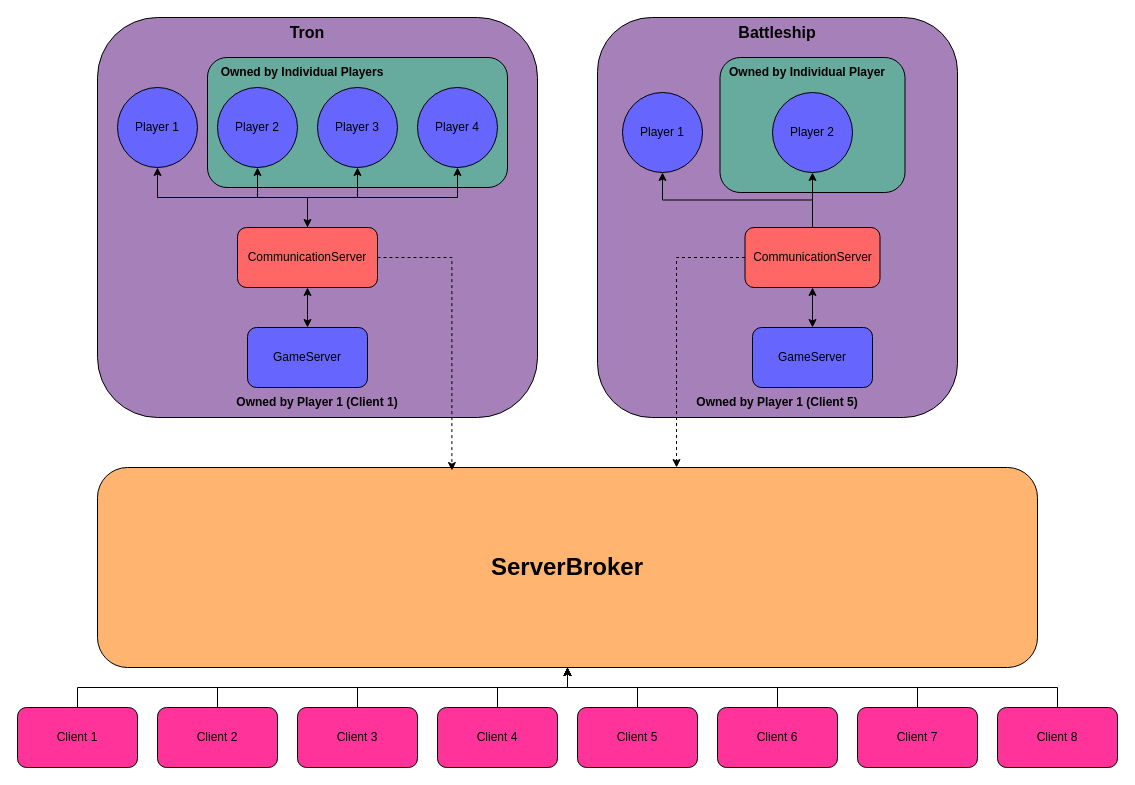
cole-glotfelty/Halligame keeps this draw.io diagram as topology/HalligameTopology.drawio. Above is the earlier version. Source tidied: cells renumbered, new cells numbered last; positions are measured from the earlier drawing's top-left corner, leaving out a move shared by most shapes. Both pictures are drawn from the tidied source at 100%, with x=0, y=0 at pixel (17, 17).
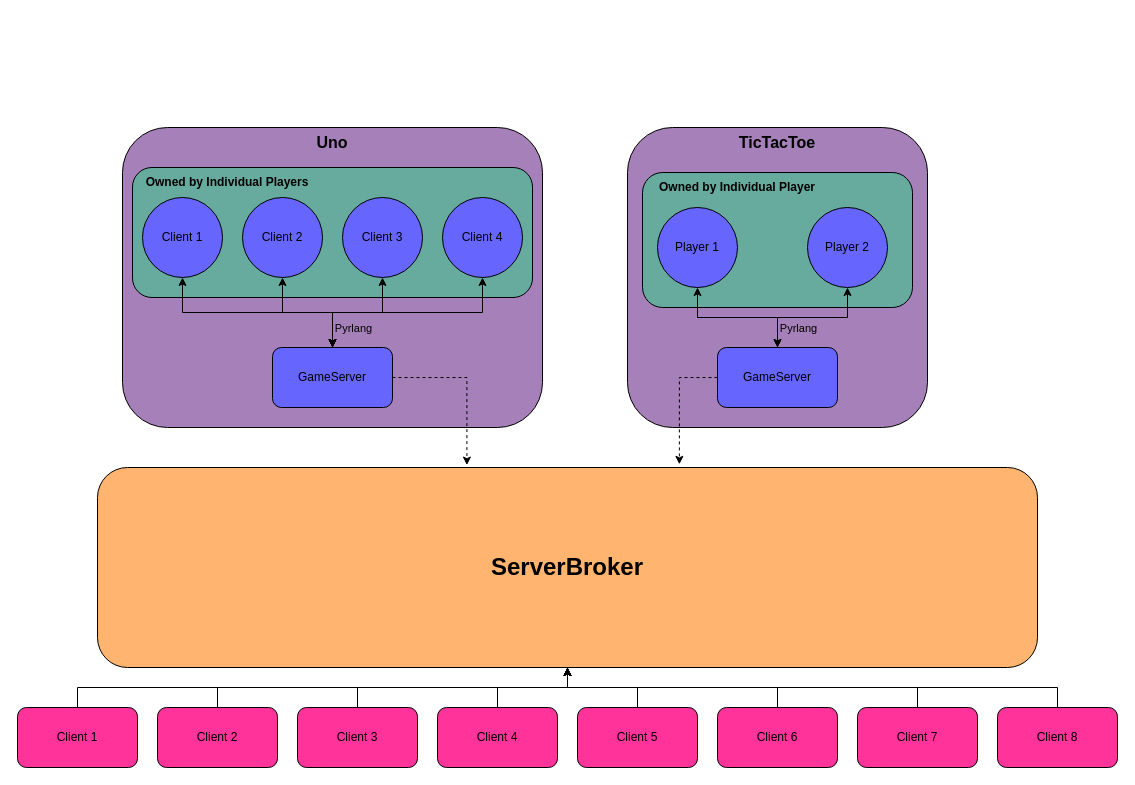
The same diagram, later.

Unchanged cells that the change refers to:
```xml
<mxCell id="24" value="&lt;font style=&quot;font-size: 24px;&quot;&gt;&lt;b&gt;ServerBroker&lt;/b&gt;&lt;/font&gt;" style="rounded=1;whiteSpace=wrap;html=1;fillColor=#FFB570;" parent="1" vertex="1">
  <mxGeometry x="80" y="450" width="940" height="200" as="geometry" />
</mxCell>
```

Diff of the diagram source:
```diff
@@
     <mxCell id="2" style="rounded=1;whiteSpace=wrap;html=1;fillColor=#A680B8;" parent="1" vertex="1">
-      <mxGeometry x="580" width="360" height="400" as="geometry" />
+      <mxGeometry x="610" y="110" width="300" height="300" as="geometry" />
     </mxCell>
-    <mxCell id="3" style="rounded=1;whiteSpace=wrap;html=1;fillColor=#A680B8;align=center;" parent="1" vertex="1">
-      <mxGeometry x="80" width="440" height="400" as="geometry" />
-    </mxCell>
-    <mxCell id="4" style="rounded=1;whiteSpace=wrap;html=1;fillColor=#67AB9F;" parent="1" vertex="1">
-      <mxGeometry x="190" y="40" width="300" height="130" as="geometry" />
-    </mxCell>
-    <mxCell id="5" style="edgeStyle=orthogonalEdgeStyle;rounded=0;jettySize=auto;html=1;entryX=0.5;entryY=1;entryDx=0;entryDy=0;" parent="1" edge="1" source="9" target="14">
-      <mxGeometry relative="1" as="geometry" />
-    </mxCell>
-    <mxCell id="6" style="edgeStyle=orthogonalEdgeStyle;rounded=0;jettySize=auto;html=1;entryX=0.5;entryY=1;entryDx=0;entryDy=0;" parent="1" edge="1" source="9" target="13">
-      <mxGeometry relative="1" as="geometry" />
-    </mxCell>
-    <mxCell id="7" style="edgeStyle=orthogonalEdgeStyle;rounded=0;jettySize=auto;html=1;exitX=0.5;exitY=0;exitDx=0;exitDy=0;entryX=0.5;entryY=1;entryDx=0;entryDy=0;" parent="1" edge="1" source="9" target="12">
-      <mxGeometry relative="1" as="geometry" />
-    </mxCell>
-    <mxCell id="8" style="edgeStyle=orthogonalEdgeStyle;rounded=0;jettySize=auto;html=1;exitX=0.5;exitY=0;exitDx=0;exitDy=0;entryX=0.5;entryY=1;entryDx=0;entryDy=0;startArrow=classic;startFill=1;" parent="1" edge="1" source="9" target="15">
-      <mxGeometry relative="1" as="geometry" />
-    </mxCell>
-    <mxCell id="9" value="CommunicationServer" style="rounded=1;whiteSpace=wrap;html=1;fillColor=#FF6666;" parent="1" vertex="1">
-      <mxGeometry x="220" y="210" width="140" height="60" as="geometry" />
-    </mxCell>
-    <mxCell id="10" style="edgeStyle=orthogonalEdgeStyle;rounded=0;jettySize=auto;html=1;entryX=0.5;entryY=1;entryDx=0;entryDy=0;startArrow=classic;startFill=1;" parent="1" edge="1" source="11" target="9">
-      <mxGeometry relative="1" as="geometry" />
-    </mxCell>
-    <mxCell id="11" value="GameServer" style="rounded=1;whiteSpace=wrap;html=1;fillColor=#6666FF;" parent="1" vertex="1">
-      <mxGeometry x="230" y="310" width="120" height="60" as="geometry" />
-    </mxCell>
-    <mxCell id="12" value="Player 1" style="ellipse;whiteSpace=wrap;html=1;fillColor=#6666FF;" parent="1" vertex="1">
-      <mxGeometry x="100" y="70" width="80" height="80" as="geometry" />
-    </mxCell>
-    <mxCell id="13" value="Player 2" style="ellipse;whiteSpace=wrap;html=1;fillColor=#6666FF;" parent="1" vertex="1">
-      <mxGeometry x="200" y="70" width="80" height="80" as="geometry" />
-    </mxCell>
-    <mxCell id="14" value="Player 3" style="ellipse;whiteSpace=wrap;html=1;fillColor=#6666FF;" parent="1" vertex="1">
-      <mxGeometry x="300" y="70" width="80" height="80" as="geometry" />
-    </mxCell>
-    <mxCell id="15" value="Player 4" style="ellipse;whiteSpace=wrap;html=1;fillColor=#6666FF;" parent="1" vertex="1">
-      <mxGeometry x="400" y="70" width="80" height="80" as="geometry" />
-    </mxCell>
     <mxCell id="16" style="rounded=1;whiteSpace=wrap;html=1;fillColor=#67AB9F;" parent="1" vertex="1">
-      <mxGeometry x="702.5" y="40" width="185" height="135" as="geometry" />
+      <mxGeometry x="625" y="155" width="270" height="135" as="geometry" />
     </mxCell>
-    <mxCell id="17" style="edgeStyle=orthogonalEdgeStyle;rounded=0;jettySize=auto;html=1;entryX=0.5;entryY=1;entryDx=0;entryDy=0;" parent="1" edge="1" source="19" target="23">
-      <mxGeometry relative="1" as="geometry" />
-    </mxCell>
-    <mxCell id="18" style="edgeStyle=orthogonalEdgeStyle;rounded=0;jettySize=auto;html=1;exitX=0.5;exitY=0;exitDx=0;exitDy=0;entryX=0.5;entryY=1;entryDx=0;entryDy=0;" parent="1" edge="1" source="19" target="22">
-      <mxGeometry relative="1" as="geometry" />
-    </mxCell>
-    <mxCell id="19" value="CommunicationServer" style="rounded=1;whiteSpace=wrap;html=1;fillColor=#FF6666;" parent="1" vertex="1">
-      <mxGeometry x="727.5" y="210" width="135" height="60" as="geometry" />
-    </mxCell>
-    <mxCell id="20" style="edgeStyle=orthogonalEdgeStyle;rounded=0;jettySize=auto;html=1;entryX=0.5;entryY=1;entryDx=0;entryDy=0;startArrow=classic;startFill=1;" parent="1" edge="1" source="21" target="19">
-      <mxGeometry relative="1" as="geometry" />
-    </mxCell>
+    <mxCell id="49" style="edgeStyle=orthogonalEdgeStyle;rounded=0;jettySize=auto;html=1;exitX=0.5;exitY=0;exitDx=0;exitDy=0;entryX=0.5;entryY=1;entryDx=0;entryDy=0;startArrow=classic;startFill=1;" parent="1" edge="1" source="21" target="22">
+      <mxGeometry relative="1" as="geometry" />
+    </mxCell>
+    <mxCell id="50" style="edgeStyle=orthogonalEdgeStyle;rounded=0;jettySize=auto;html=1;exitX=0.5;exitY=0;exitDx=0;exitDy=0;entryX=0.5;entryY=1;entryDx=0;entryDy=0;startArrow=classic;startFill=1;" parent="1" edge="1" source="21" target="23">
+      <mxGeometry relative="1" as="geometry" />
+    </mxCell>
+    <mxCell id="51" value="&lt;span&gt;Pyrlang&lt;/span&gt;" style="edgeLabel;html=1;align=center;verticalAlign=middle;labelBackgroundColor=none;" parent="50" vertex="1">
+      <mxGeometry x="-0.7" relative="1" as="geometry">
+        <mxPoint x="20" as="offset" />
+      </mxGeometry>
+    </mxCell>
     <mxCell id="21" value="GameServer" style="rounded=1;whiteSpace=wrap;html=1;fillColor=#6666FF;" parent="1" vertex="1">
-      <mxGeometry x="735" y="310" width="120" height="60" as="geometry" />
+      <mxGeometry x="700" y="330" width="120" height="60" as="geometry" />
     </mxCell>
     <mxCell id="22" value="Player 1" style="ellipse;whiteSpace=wrap;html=1;fillColor=#6666FF;" parent="1" vertex="1">
-      <mxGeometry x="605" y="75" width="80" height="80" as="geometry" />
+      <mxGeometry x="640" y="190" width="80" height="80" as="geometry" />
     </mxCell>
     <mxCell id="23" value="Player 2" style="ellipse;whiteSpace=wrap;html=1;fillColor=#6666FF;" parent="1" vertex="1">
-      <mxGeometry x="755" y="75" width="80" height="80" as="geometry" />
+      <mxGeometry x="790" y="190" width="80" height="80" as="geometry" />
     </mxCell>
@@
-    <mxCell id="25" style="edgeStyle=orthogonalEdgeStyle;rounded=0;jettySize=auto;html=1;entryX=0.616;entryY=0;entryDx=0;entryDy=0;entryPerimeter=0;dashed=1;" parent="1" edge="1" source="19" target="24">
-      <mxGeometry relative="1" as="geometry">
-        <Array as="points">
-          <mxPoint x="659" y="240" />
-        </Array>
-      </mxGeometry>
-    </mxCell>
-    <mxCell id="26" style="edgeStyle=orthogonalEdgeStyle;rounded=0;jettySize=auto;html=1;entryX=0.377;entryY=0.015;entryDx=0;entryDy=0;entryPerimeter=0;dashed=1;" parent="1" edge="1" source="9" target="24">
-      <mxGeometry relative="1" as="geometry">
-        <Array as="points">
-          <mxPoint x="434" y="240" />
-        </Array>
-      </mxGeometry>
-    </mxCell>
@@
-    <mxCell id="43" value="&lt;b&gt;Owned by Player 1 (Client 1)&lt;/b&gt;" style="text;html=1;align=center;verticalAlign=middle;whiteSpace=wrap;rounded=0;" parent="1" vertex="1">
-      <mxGeometry x="195" y="370" width="210" height="30" as="geometry" />
-    </mxCell>
-    <mxCell id="44" value="&lt;b&gt;Owned by Player 1&amp;nbsp;&lt;/b&gt;&lt;b style=&quot;background-color: transparent; color: light-dark(rgb(0, 0, 0), rgb(255, 255, 255));&quot;&gt;(Client 5)&lt;/b&gt;" style="text;html=1;align=center;verticalAlign=middle;whiteSpace=wrap;rounded=0;" parent="1" vertex="1">
-      <mxGeometry x="655" y="370" width="210" height="30" as="geometry" />
-    </mxCell>
+    <mxCell id="46" value="&lt;b&gt;Owned by Individual Player&lt;/b&gt;" style="text;html=1;align=center;verticalAlign=middle;whiteSpace=wrap;rounded=0;" parent="1" vertex="1">
+      <mxGeometry x="625" y="155" width="190" height="30" as="geometry" />
+    </mxCell>
+    <mxCell id="48" value="&lt;b&gt;&lt;font style=&quot;font-size: 16px;&quot;&gt;TicTacToe&lt;/font&gt;&lt;/b&gt;" style="text;html=1;align=center;verticalAlign=middle;whiteSpace=wrap;rounded=0;" parent="1" vertex="1">
+      <mxGeometry x="671.2" y="110" width="177.5" height="30" as="geometry" />
+    </mxCell>
+    <mxCell id="52" style="rounded=1;whiteSpace=wrap;html=1;fillColor=#A680B8;align=center;" parent="1" vertex="1">
+      <mxGeometry x="105" y="110" width="420" height="300" as="geometry" />
+    </mxCell>
+    <mxCell id="53" style="rounded=1;whiteSpace=wrap;html=1;fillColor=#67AB9F;" parent="1" vertex="1">
+      <mxGeometry x="115" y="150" width="400" height="130" as="geometry" />
+    </mxCell>
+    <mxCell id="54" style="edgeStyle=orthogonalEdgeStyle;rounded=0;jettySize=auto;html=1;entryX=0.5;entryY=1;entryDx=0;entryDy=0;startArrow=classic;startFill=1;" parent="1" edge="1" source="11" target="60">
+      <mxGeometry relative="1" as="geometry" />
+    </mxCell>
+    <mxCell id="55" style="edgeStyle=orthogonalEdgeStyle;rounded=0;jettySize=auto;html=1;exitX=0.5;exitY=0;exitDx=0;exitDy=0;entryX=0.5;entryY=1;entryDx=0;entryDy=0;startArrow=classic;startFill=1;" parent="1" edge="1" source="11" target="61">
+      <mxGeometry relative="1" as="geometry" />
+    </mxCell>
+    <mxCell id="56" style="edgeStyle=orthogonalEdgeStyle;rounded=0;jettySize=auto;html=1;exitX=0.5;exitY=0;exitDx=0;exitDy=0;entryX=0.5;entryY=1;entryDx=0;entryDy=0;startArrow=classic;startFill=1;" parent="1" edge="1" source="11" target="62">
+      <mxGeometry relative="1" as="geometry" />
+    </mxCell>
+    <mxCell id="57" style="edgeStyle=orthogonalEdgeStyle;rounded=0;jettySize=auto;html=1;exitX=0.5;exitY=0;exitDx=0;exitDy=0;entryX=0.5;entryY=1;entryDx=0;entryDy=0;startArrow=classic;startFill=1;" parent="1" edge="1" source="11" target="59">
+      <mxGeometry relative="1" as="geometry" />
+    </mxCell>
+    <mxCell id="58" value="Pyrlang" style="edgeLabel;html=1;align=center;verticalAlign=middle;labelBackgroundColor=none;" parent="57" vertex="1">
+      <mxGeometry x="-0.81" y="3" relative="1" as="geometry">
+        <mxPoint x="23" y="1" as="offset" />
+      </mxGeometry>
+    </mxCell>
+    <mxCell id="11" value="GameServer" style="rounded=1;whiteSpace=wrap;html=1;fillColor=#6666FF;" parent="1" vertex="1">
+      <mxGeometry x="255" y="330" width="120" height="60" as="geometry" />
+    </mxCell>
+    <mxCell id="59" value="Client 1" style="ellipse;whiteSpace=wrap;html=1;fillColor=#6666FF;" parent="1" vertex="1">
+      <mxGeometry x="125" y="180" width="80" height="80" as="geometry" />
+    </mxCell>
+    <mxCell id="60" value="Client 2" style="ellipse;whiteSpace=wrap;html=1;fillColor=#6666FF;" parent="1" vertex="1">
+      <mxGeometry x="225" y="180" width="80" height="80" as="geometry" />
+    </mxCell>
+    <mxCell id="61" value="Client 3" style="ellipse;whiteSpace=wrap;html=1;fillColor=#6666FF;" parent="1" vertex="1">
+      <mxGeometry x="325" y="180" width="80" height="80" as="geometry" />
+    </mxCell>
+    <mxCell id="62" value="Client 4" style="ellipse;whiteSpace=wrap;html=1;fillColor=#6666FF;" parent="1" vertex="1">
+      <mxGeometry x="425" y="180" width="80" height="80" as="geometry" />
+    </mxCell>
     <mxCell id="45" value="&lt;b&gt;Owned by Individual Players&lt;/b&gt;" style="text;html=1;align=center;verticalAlign=middle;whiteSpace=wrap;rounded=0;" parent="1" vertex="1">
-      <mxGeometry x="190" y="40" width="190" height="30" as="geometry" />
+      <mxGeometry x="115" y="150" width="190" height="30" as="geometry" />
     </mxCell>
-    <mxCell id="46" value="&lt;b&gt;Owned by Individual Player&lt;/b&gt;" style="text;html=1;align=center;verticalAlign=middle;whiteSpace=wrap;rounded=0;" parent="1" vertex="1">
-      <mxGeometry x="695" y="40" width="190" height="30" as="geometry" />
-    </mxCell>
-    <mxCell id="47" value="&lt;b&gt;&lt;font style=&quot;font-size: 16px;&quot;&gt;Tron&lt;/font&gt;&lt;/b&gt;" style="text;html=1;align=center;verticalAlign=middle;whiteSpace=wrap;rounded=0;" parent="1" vertex="1">
-      <mxGeometry x="260" width="60" height="30" as="geometry" />
-    </mxCell>
-    <mxCell id="48" value="&lt;b&gt;&lt;font style=&quot;font-size: 16px;&quot;&gt;Battleship&lt;/font&gt;&lt;/b&gt;" style="text;html=1;align=center;verticalAlign=middle;whiteSpace=wrap;rounded=0;" parent="1" vertex="1">
-      <mxGeometry x="671.2" width="177.5" height="30" as="geometry" />
-    </mxCell>
+    <mxCell id="63" value="&lt;b&gt;&lt;font style=&quot;font-size: 16px;&quot;&gt;Uno&lt;/font&gt;&lt;/b&gt;" style="text;html=1;align=center;verticalAlign=middle;whiteSpace=wrap;rounded=0;" parent="1" vertex="1">
+      <mxGeometry x="285" y="110" width="60" height="30" as="geometry" />
+    </mxCell>
+    <mxCell id="64" style="edgeStyle=orthogonalEdgeStyle;rounded=0;jettySize=auto;html=1;exitX=1;exitY=0.5;exitDx=0;exitDy=0;entryX=0.393;entryY=-0.012;entryDx=0;entryDy=0;entryPerimeter=0;dashed=1;" parent="1" edge="1" source="11" target="24">
+      <mxGeometry relative="1" as="geometry" />
+    </mxCell>
+    <mxCell id="65" style="edgeStyle=orthogonalEdgeStyle;rounded=0;jettySize=auto;html=1;exitX=0;exitY=0.5;exitDx=0;exitDy=0;entryX=0.619;entryY=-0.016;entryDx=0;entryDy=0;entryPerimeter=0;dashed=1;" parent="1" edge="1" source="21" target="24">
+      <mxGeometry relative="1" as="geometry" />
+    </mxCell>
```
